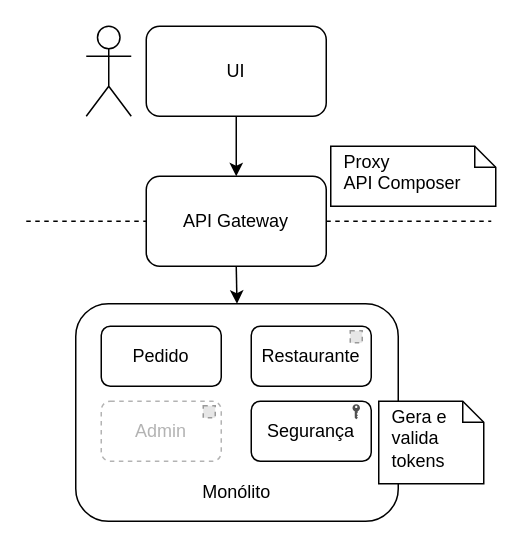
Earlier version of the draw.io diagram imagens/15-seguranca/geracao-e-validacao-de-tokens-no-modulo-de-seguranca-do-monolito.drawio (caelum/apostila-microservices-com-spring-cloud). Source tidied: cells renumbered, new cells numbered last; positions are measured from the earlier drawing's top-left corner, leaving out a move shared by most shapes. Both pictures are drawn from the tidied source at 150%, with x=0, y=0 at pixel (26, 26). Pictures stored in the file or linked from it are replaced by grey dashed boxes.
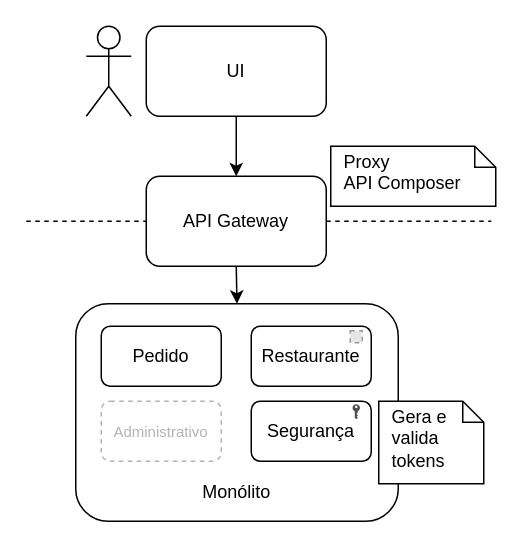
Above is the later version.

Commit message (it also covers changes not shown here):
corrigindo detalhes nas imagens do cap15 (seguranca)

The change refers to these unchanged cells:
```xml
<mxCell id="10" style="group;" parent="1" vertex="1">
  <mxGeometry x="50" y="200" width="180" height="90" as="geometry" />
</mxCell>
```

Diff of the diagram source:
```diff
@@
-    <mxCell id="13" value="Admin" style="rounded=1;whiteSpace=wrap;html=1;dashed=1;strokeColor=#B3B3B3;fontColor=#B3B3B3;" parent="10" vertex="1">
+    <mxCell id="13" value="Administrativo" style="rounded=1;whiteSpace=wrap;html=1;dashed=1;strokeColor=#B3B3B3;fontColor=#B3B3B3;fontSize=10;" parent="10" vertex="1">
       <mxGeometry y="50" width="80" height="40" as="geometry" />
     </mxCell>
@@
-    <mxCell id="19" style="fillColor=#E6E6E6;strokeColor=#999999;dashed=1;html=1;verticalAlign=top;verticalLabelPosition=bottom;labelBackgroundColor=#ffffff;align=left;" parent="1" vertex="1">
-      <mxGeometry x="118" y="253" width="8" height="8" as="geometry" />
-    </mxCell>
```
